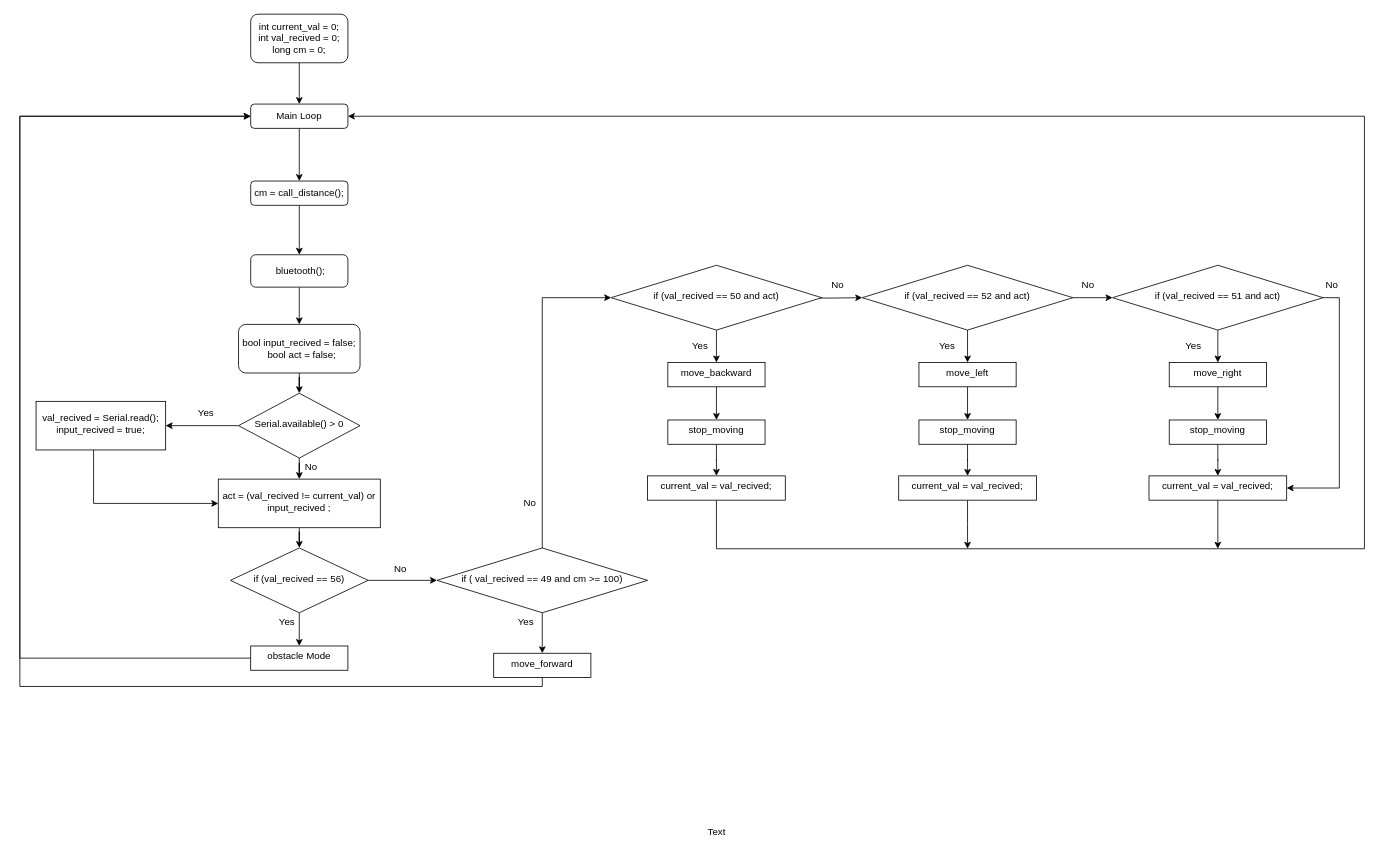
Above: page "Bluetooth" (1 of 5) of FlowChart.drawio in akshaykalia-chd/Bluetooth_Obstacle (draw.io), before the change. Source tidied: cells renumbered, new cells numbered last; positions are measured from the earlier drawing's top-left corner, leaving out a move shared by most shapes. Both pictures are drawn from the tidied source at 81%, with x=0, y=0 at pixel (19, 14).
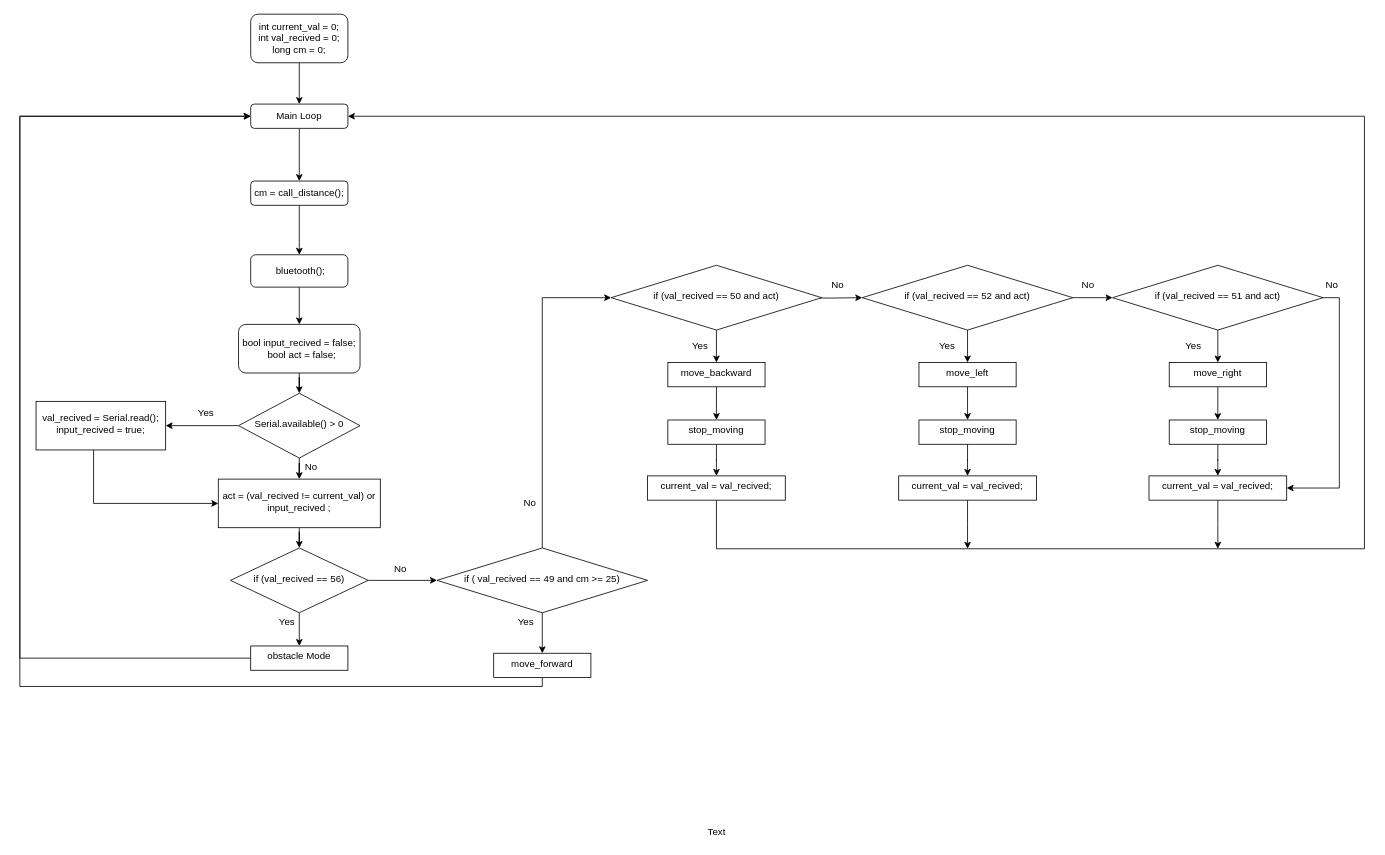
The same diagram, later.

Diff of the diagram source:
```diff
@@
-    <mxCell id="26" value="if ( val_recived == 49 and cm &amp;gt;= 100)" style="rhombus;whiteSpace=wrap;html=1;shadow=0;strokeWidth=1;spacing=6;spacingTop=-4;" parent="1" vertex="1">
+    <mxCell id="26" value="if ( val_recived == 49 and cm &amp;gt;= 25)" style="rhombus;whiteSpace=wrap;html=1;shadow=0;strokeWidth=1;spacing=6;spacingTop=-4;" parent="1" vertex="1">
       <mxGeometry x="515" y="659" width="260" height="80" as="geometry" />
     </mxCell>
```
